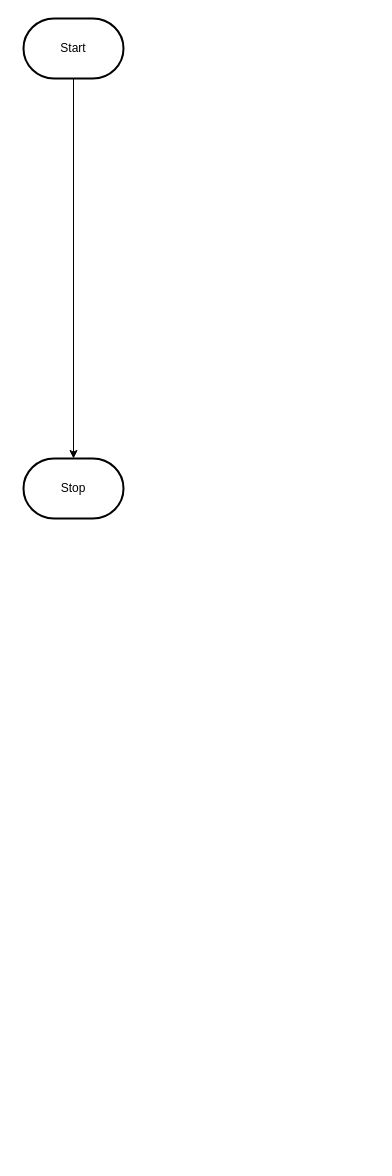
Earlier version of the draw.io diagram design/flowchart.drawio (MTHS-ICS2O-2-2022/ICS2O-Assignment-04-lamees-hemdan). Source tidied: cells renumbered, new cells numbered last; positions are measured from the earlier drawing's top-left corner, leaving out a move shared by most shapes. Both pictures are drawn from the tidied source at 100%, with x=0, y=0 at pixel (23, 18).
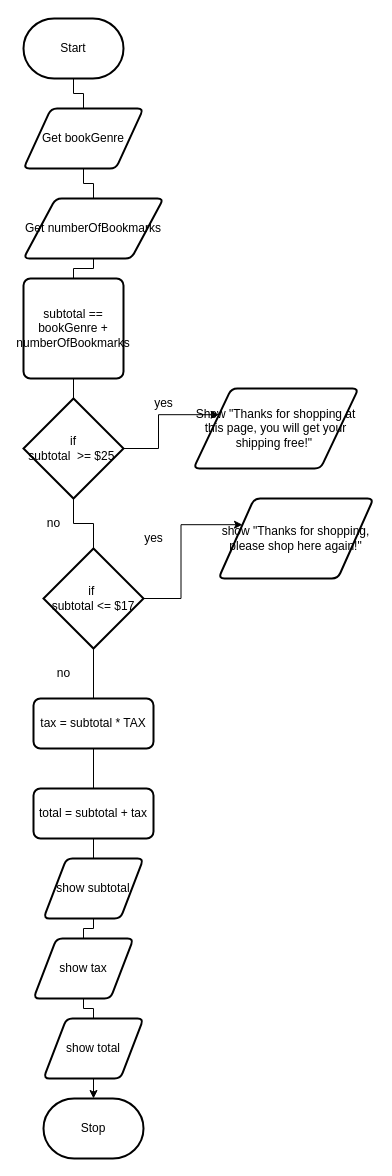
The same page after the edit.

Commit message (it also covers changes not shown here):
did flowchart

Unchanged cells that the change refers to:
```xml
<mxCell id="3" value="Start" style="strokeWidth=2;html=1;shape=mxgraph.flowchart.terminator;whiteSpace=wrap;" parent="1" vertex="1">
  <mxGeometry width="100" height="60" as="geometry" />
</mxCell>
```

Change to the diagram source:
```diff
@@
-    <mxCell id="2" style="edgeStyle=orthogonalEdgeStyle;html=1;rounded=0;" parent="1" edge="1" source="3" target="4">
-      <mxGeometry relative="1" as="geometry" />
-    </mxCell>
@@
     <mxCell id="4" value="Stop" style="strokeWidth=2;html=1;shape=mxgraph.flowchart.terminator;whiteSpace=wrap;" parent="1" vertex="1">
-      <mxGeometry y="440" width="100" height="60" as="geometry" />
+      <mxGeometry x="20" y="1080" width="100" height="60" as="geometry" />
     </mxCell>
+    <mxCell id="5" style="edgeStyle=orthogonalEdgeStyle;html=1;rounded=0;endArrow=none;" parent="1" edge="1" source="3" target="6">
+      <mxGeometry relative="1" as="geometry" />
+    </mxCell>
+    <mxCell id="6" value="Get bookGenre" style="shape=parallelogram;html=1;strokeWidth=2;perimeter=parallelogramPerimeter;whiteSpace=wrap;rounded=1;arcSize=12;size=0.23;" parent="1" vertex="1">
+      <mxGeometry y="90" width="120" height="60" as="geometry" />
+    </mxCell>
+    <mxCell id="7" style="edgeStyle=orthogonalEdgeStyle;html=1;rounded=0;startArrow=none;endArrow=none;" parent="1" edge="1" source="6" target="8">
+      <mxGeometry relative="1" as="geometry" />
+    </mxCell>
+    <mxCell id="8" value="Get numberOfBookmarks" style="shape=parallelogram;html=1;strokeWidth=2;perimeter=parallelogramPerimeter;whiteSpace=wrap;rounded=1;arcSize=12;size=0.23;" parent="1" vertex="1">
+      <mxGeometry y="180" width="140" height="60" as="geometry" />
+    </mxCell>
+    <mxCell id="9" style="edgeStyle=orthogonalEdgeStyle;html=1;rounded=0;startArrow=none;endArrow=none;" parent="1" edge="1" source="23" target="11">
+      <mxGeometry relative="1" as="geometry" />
+    </mxCell>
+    <mxCell id="10" style="edgeStyle=orthogonalEdgeStyle;html=1;exitX=1;exitY=0.5;exitDx=0;exitDy=0;exitPerimeter=0;rounded=0;entryX=0;entryY=0.25;entryDx=0;entryDy=0;" parent="1" edge="1" source="11" target="12">
+      <mxGeometry relative="1" as="geometry" />
+    </mxCell>
+    <mxCell id="11" value="if&lt;br&gt;subtotal&amp;nbsp; &amp;gt;= $25&amp;nbsp;" style="strokeWidth=2;html=1;shape=mxgraph.flowchart.decision;whiteSpace=wrap;" parent="1" vertex="1">
+      <mxGeometry y="380" width="100" height="100" as="geometry" />
+    </mxCell>
+    <mxCell id="12" value="Show &quot;Thanks for shopping at this page, you will get your shipping free!&quot;&amp;nbsp;" style="shape=parallelogram;html=1;strokeWidth=2;perimeter=parallelogramPerimeter;whiteSpace=wrap;rounded=1;arcSize=12;size=0.23;" parent="1" vertex="1">
+      <mxGeometry x="170" y="370" width="165" height="80" as="geometry" />
+    </mxCell>
+    <mxCell id="13" value="yes" style="text;html=1;align=center;verticalAlign=middle;strokeColor=none;fillColor=none;" parent="1" vertex="1">
+      <mxGeometry x="120" y="370" width="40" height="30" as="geometry" />
+    </mxCell>
+    <mxCell id="14" value="no" style="text;html=1;align=center;verticalAlign=middle;strokeColor=none;fillColor=none;" parent="1" vertex="1">
+      <mxGeometry x="10" y="490" width="40" height="30" as="geometry" />
+    </mxCell>
+    <mxCell id="15" style="edgeStyle=orthogonalEdgeStyle;html=1;rounded=0;startArrow=none;endArrow=none;" parent="1" edge="1" source="11" target="18">
+      <mxGeometry relative="1" as="geometry" />
+    </mxCell>
+    <mxCell id="16" style="edgeStyle=orthogonalEdgeStyle;rounded=0;html=1;exitX=1;exitY=0.5;exitDx=0;exitDy=0;exitPerimeter=0;entryX=0;entryY=0.25;entryDx=0;entryDy=0;" parent="1" edge="1" source="18" target="19">
+      <mxGeometry relative="1" as="geometry" />
+    </mxCell>
+    <mxCell id="17" style="edgeStyle=orthogonalEdgeStyle;rounded=0;html=1;exitX=0.5;exitY=1;exitDx=0;exitDy=0;exitPerimeter=0;entryX=0.5;entryY=0;entryDx=0;entryDy=0;entryPerimeter=0;startArrow=none;" parent="1" edge="1" source="31" target="4">
+      <mxGeometry relative="1" as="geometry" />
+    </mxCell>
+    <mxCell id="18" value="if&amp;nbsp;&lt;br&gt;subtotal &amp;lt;= $17" style="strokeWidth=2;html=1;shape=mxgraph.flowchart.decision;whiteSpace=wrap;" parent="1" vertex="1">
+      <mxGeometry x="20" y="530" width="100" height="100" as="geometry" />
+    </mxCell>
+    <mxCell id="19" value="show &quot;Thanks for shopping, please shop here again!&quot;" style="shape=parallelogram;html=1;strokeWidth=2;perimeter=parallelogramPerimeter;whiteSpace=wrap;rounded=1;arcSize=12;size=0.23;" parent="1" vertex="1">
+      <mxGeometry x="195" y="480" width="155" height="80" as="geometry" />
+    </mxCell>
+    <mxCell id="20" value="no" style="text;html=1;align=center;verticalAlign=middle;strokeColor=none;fillColor=none;" parent="1" vertex="1">
+      <mxGeometry x="20" y="640" width="40" height="30" as="geometry" />
+    </mxCell>
+    <mxCell id="21" value="yes" style="text;html=1;align=center;verticalAlign=middle;strokeColor=none;fillColor=none;" parent="1" vertex="1">
+      <mxGeometry x="110" y="505" width="40" height="30" as="geometry" />
+    </mxCell>
+    <mxCell id="22" style="edgeStyle=orthogonalEdgeStyle;html=1;rounded=0;startArrow=none;endArrow=none;" parent="1" edge="1" source="8" target="23">
+      <mxGeometry relative="1" as="geometry" />
+    </mxCell>
+    <mxCell id="23" value="subtotal == bookGenre + numberOfBookmarks" style="rounded=1;whiteSpace=wrap;html=1;absoluteArcSize=1;arcSize=14;strokeWidth=2;" parent="1" vertex="1">
+      <mxGeometry y="260" width="100" height="100" as="geometry" />
+    </mxCell>
+    <mxCell id="24" style="edgeStyle=orthogonalEdgeStyle;rounded=0;html=1;exitX=0.5;exitY=1;exitDx=0;exitDy=0;exitPerimeter=0;entryX=0.5;entryY=0;entryDx=0;entryDy=0;entryPerimeter=0;endArrow=none;" parent="1" edge="1" source="18" target="25">
+      <mxGeometry relative="1" as="geometry" />
+    </mxCell>
+    <mxCell id="25" value="tax = subtotal * TAX" style="rounded=1;whiteSpace=wrap;html=1;absoluteArcSize=1;arcSize=14;strokeWidth=2;" parent="1" vertex="1">
+      <mxGeometry x="10" y="680" width="120" height="50" as="geometry" />
+    </mxCell>
+    <mxCell id="26" style="edgeStyle=orthogonalEdgeStyle;rounded=0;html=1;exitX=0.5;exitY=1;exitDx=0;exitDy=0;exitPerimeter=0;entryX=0.5;entryY=0;entryDx=0;entryDy=0;entryPerimeter=0;startArrow=none;endArrow=none;" parent="1" edge="1" source="25" target="27">
+      <mxGeometry relative="1" as="geometry" />
+    </mxCell>
+    <mxCell id="27" value="total = subtotal + tax" style="rounded=1;whiteSpace=wrap;html=1;absoluteArcSize=1;arcSize=14;strokeWidth=2;" parent="1" vertex="1">
+      <mxGeometry x="10" y="770" width="120" height="50" as="geometry" />
+    </mxCell>
+    <mxCell id="28" style="edgeStyle=orthogonalEdgeStyle;rounded=0;html=1;exitX=0.5;exitY=1;exitDx=0;exitDy=0;exitPerimeter=0;entryX=0.5;entryY=0;entryDx=0;entryDy=0;entryPerimeter=0;startArrow=none;endArrow=none;" parent="1" edge="1" source="27" target="29">
+      <mxGeometry relative="1" as="geometry" />
+    </mxCell>
+    <mxCell id="29" value="show subtotal" style="shape=parallelogram;html=1;strokeWidth=2;perimeter=parallelogramPerimeter;whiteSpace=wrap;rounded=1;arcSize=12;size=0.23;" parent="1" vertex="1">
+      <mxGeometry x="20" y="840" width="100" height="60" as="geometry" />
+    </mxCell>
+    <mxCell id="30" style="edgeStyle=orthogonalEdgeStyle;rounded=0;html=1;exitX=0.5;exitY=1;exitDx=0;exitDy=0;exitPerimeter=0;entryX=0.5;entryY=0;entryDx=0;entryDy=0;entryPerimeter=0;startArrow=none;endArrow=none;" parent="1" edge="1" source="33" target="31">
+      <mxGeometry relative="1" as="geometry" />
+    </mxCell>
+    <mxCell id="31" value="show total" style="shape=parallelogram;html=1;strokeWidth=2;perimeter=parallelogramPerimeter;whiteSpace=wrap;rounded=1;arcSize=12;size=0.23;" parent="1" vertex="1">
+      <mxGeometry x="20" y="1000" width="100" height="60" as="geometry" />
+    </mxCell>
+    <mxCell id="32" style="edgeStyle=orthogonalEdgeStyle;rounded=0;html=1;exitX=0.5;exitY=1;exitDx=0;exitDy=0;exitPerimeter=0;entryX=0.5;entryY=0;entryDx=0;entryDy=0;entryPerimeter=0;startArrow=none;endArrow=none;" parent="1" edge="1" source="29" target="33">
+      <mxGeometry relative="1" as="geometry" />
+    </mxCell>
+    <mxCell id="33" value="show tax" style="shape=parallelogram;html=1;strokeWidth=2;perimeter=parallelogramPerimeter;whiteSpace=wrap;rounded=1;arcSize=12;size=0.23;" parent="1" vertex="1">
+      <mxGeometry x="10" y="920" width="100" height="60" as="geometry" />
+    </mxCell>
```
